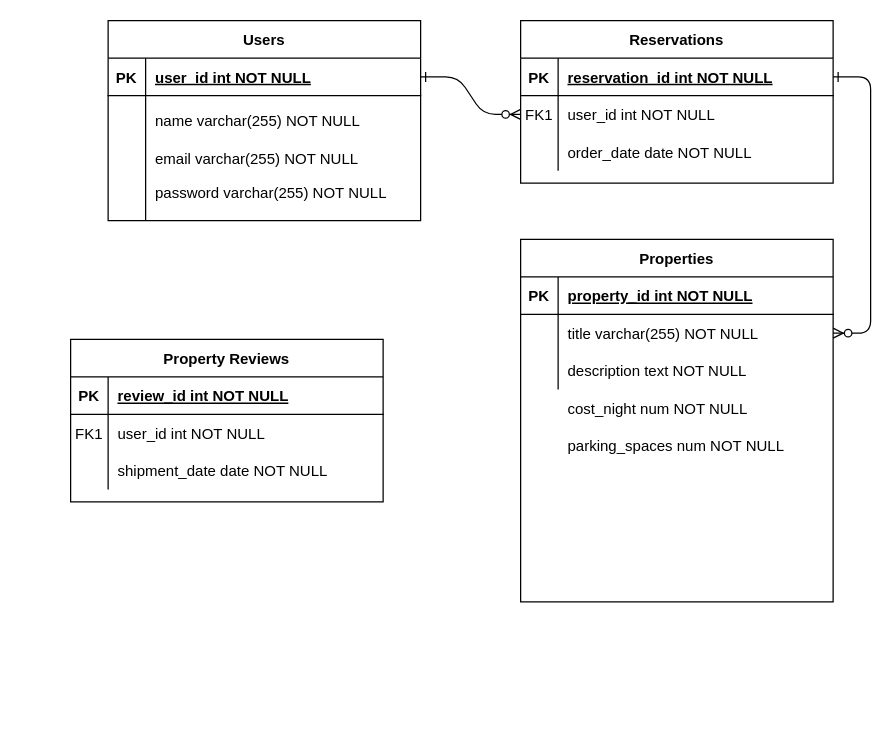
The draw.io diagram Untitled Diagram.drawio in laurenashley/lightBnB, before the edit. Source tidied: cells renumbered, new cells numbered last; positions are measured from the earlier drawing's top-left corner, leaving out a move shared by most shapes. Both pictures are drawn from the tidied source at 125%, with x=0, y=0 at pixel (70, 20).
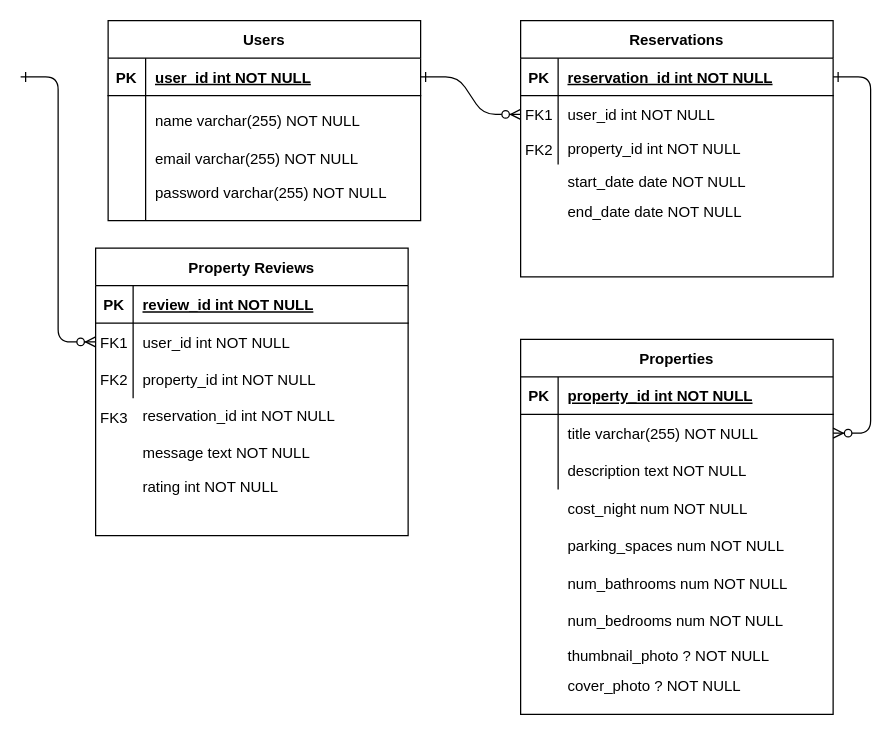
Above is the later version.

Unchanged cells that the change refers to:
```xml
<mxCell id="35" style="shape=partialRectangle;fillColor=none;points=[[0,0.5],[1,0.5]];portConstraint=eastwest;top=0;left=0;right=0;bottom=0;" parent="31" vertex="1">
  <mxGeometry y="60" width="250" height="30" as="geometry" />
</mxCell>
<mxCell id="38" style="shape=partialRectangle;fillColor=none;top=0;left=0;right=0;bottom=0;" parent="31" vertex="1">
  <mxGeometry y="90" width="250" height="30" as="geometry" />
</mxCell>
```

Change to the diagram source:
```diff
@@
     <mxCell id="4" value="Reservations" style="shape=table;startSize=30;childLayout=tableLayout;rowLines=0;fontStyle=1;align=center;" parent="1" vertex="1">
-      <mxGeometry x="360" width="250" height="130" as="geometry" />
+      <mxGeometry x="360" width="250" height="205" as="geometry" />
     </mxCell>
@@
     <mxCell id="11" style="shape=partialRectangle;fillColor=none;top=0;left=0;right=0;bottom=0;" parent="4" vertex="1">
-      <mxGeometry y="90" width="250" height="30" as="geometry" />
+      <mxGeometry y="90" width="250" height="25" as="geometry" />
     </mxCell>
     <mxCell id="12" style="shape=partialRectangle;overflow=hidden;fillColor=none;top=0;left=0;bottom=0;right=0;" parent="11" vertex="1">
-      <mxGeometry width="30" height="30" as="geometry" />
+      <mxGeometry width="30" height="25" as="geometry" />
     </mxCell>
-    <mxCell id="13" value="order_date date NOT NULL" style="shape=partialRectangle;overflow=hidden;fillColor=none;top=0;left=0;bottom=0;right=0;align=left;spacingLeft=6;" parent="11" vertex="1">
-      <mxGeometry x="30" width="220" height="30" as="geometry" />
+    <mxCell id="13" value="property_id int NOT NULL" style="shape=partialRectangle;overflow=hidden;fillColor=none;top=0;left=0;bottom=0;right=0;align=left;spacingLeft=6;" parent="11" vertex="1">
+      <mxGeometry x="30" width="220" height="25" as="geometry" />
     </mxCell>
     <mxCell id="14" value="Properties" style="shape=table;startSize=30;childLayout=tableLayout;rowLines=0;fontStyle=1;align=center;" parent="1" vertex="1">
-      <mxGeometry x="360" y="175" width="250" height="290" as="geometry" />
+      <mxGeometry x="360" y="255" width="250" height="300" as="geometry" />
     </mxCell>
@@
     <mxCell id="31" value="Property Reviews" style="shape=table;startSize=30;childLayout=tableLayout;rowLines=0;fontStyle=1;align=center;" parent="1" vertex="1">
-      <mxGeometry y="255" width="250" height="130" as="geometry" />
+      <mxGeometry x="20" y="182" width="250" height="230" as="geometry" />
     </mxCell>
@@
-    <mxCell id="40" value="shipment_date date NOT NULL" style="shape=partialRectangle;overflow=hidden;fillColor=none;top=0;left=0;bottom=0;right=0;align=left;spacingLeft=6;" parent="38" vertex="1">
+    <mxCell id="40" value="property_id int NOT NULL" style="shape=partialRectangle;overflow=hidden;fillColor=none;top=0;left=0;bottom=0;right=0;align=left;spacingLeft=6;" parent="38" vertex="1">
       <mxGeometry x="30" width="220" height="30" as="geometry" />
     </mxCell>
@@
     <mxCell id="44" value="cost_night num NOT NULL" style="shape=partialRectangle;overflow=hidden;fillColor=none;top=0;left=0;bottom=0;right=0;align=left;spacingLeft=6;" parent="1" vertex="1">
-      <mxGeometry x="390" y="295" width="220" height="30" as="geometry" />
+      <mxGeometry x="390" y="375" width="220" height="30" as="geometry" />
     </mxCell>
     <mxCell id="45" value="parking_spaces num NOT NULL" style="shape=partialRectangle;overflow=hidden;fillColor=none;top=0;left=0;bottom=0;right=0;align=left;spacingLeft=6;" parent="1" vertex="1">
-      <mxGeometry x="390" y="325" width="220" height="30" as="geometry" />
+      <mxGeometry x="390" y="405" width="220" height="30" as="geometry" />
     </mxCell>
+    <mxCell id="46" value="num_bathrooms num NOT NULL" style="shape=partialRectangle;overflow=hidden;fillColor=none;top=0;left=0;bottom=0;right=0;align=left;spacingLeft=6;" parent="1" vertex="1">
+      <mxGeometry x="390" y="435" width="220" height="30" as="geometry" />
+    </mxCell>
+    <mxCell id="47" value="num_bedrooms num NOT NULL" style="shape=partialRectangle;overflow=hidden;fillColor=none;top=0;left=0;bottom=0;right=0;align=left;spacingLeft=6;" parent="1" vertex="1">
+      <mxGeometry x="390" y="465" width="220" height="30" as="geometry" />
+    </mxCell>
+    <mxCell id="48" value="FK2" style="shape=partialRectangle;overflow=hidden;fillColor=none;top=0;left=0;bottom=0;right=0;" parent="1" vertex="1">
+      <mxGeometry x="20" y="272" width="30" height="30" as="geometry" />
+    </mxCell>
+    <mxCell id="49" value="thumbnail_photo ? NOT NULL" style="shape=partialRectangle;overflow=hidden;fillColor=none;top=0;left=0;bottom=0;right=0;align=left;spacingLeft=6;" parent="1" vertex="1">
+      <mxGeometry x="390" y="493" width="220" height="30" as="geometry" />
+    </mxCell>
+    <mxCell id="50" value="cover_photo ? NOT NULL" style="shape=partialRectangle;overflow=hidden;fillColor=none;top=0;left=0;bottom=0;right=0;align=left;spacingLeft=6;" parent="1" vertex="1">
+      <mxGeometry x="390" y="517" width="220" height="30" as="geometry" />
+    </mxCell>
+    <mxCell id="51" value="end_date date NOT NULL" style="shape=partialRectangle;overflow=hidden;fillColor=none;top=0;left=0;bottom=0;right=0;align=left;spacingLeft=6;" parent="1" vertex="1">
+      <mxGeometry x="390" y="140" width="220" height="25" as="geometry" />
+    </mxCell>
+    <mxCell id="52" value="FK2" style="shape=partialRectangle;overflow=hidden;fillColor=none;top=0;left=0;bottom=0;right=0;" parent="1" vertex="1">
+      <mxGeometry x="360" y="88" width="30" height="30" as="geometry" />
+    </mxCell>
+    <mxCell id="53" value="start_date date NOT NULL" style="shape=partialRectangle;overflow=hidden;fillColor=none;top=0;left=0;bottom=0;right=0;align=left;spacingLeft=6;" parent="1" vertex="1">
+      <mxGeometry x="390" y="116" width="220" height="25" as="geometry" />
+    </mxCell>
+    <mxCell id="54" value="message text NOT NULL" style="shape=partialRectangle;overflow=hidden;fillColor=none;top=0;left=0;bottom=0;right=0;align=left;spacingLeft=6;" parent="1" vertex="1">
+      <mxGeometry x="50" y="333" width="220" height="25" as="geometry" />
+    </mxCell>
+    <mxCell id="55" value="rating int NOT NULL" style="shape=partialRectangle;overflow=hidden;fillColor=none;top=0;left=0;bottom=0;right=0;align=left;spacingLeft=6;" parent="1" vertex="1">
+      <mxGeometry x="50" y="360" width="220" height="25" as="geometry" />
+    </mxCell>
+    <mxCell id="56" value="reservation_id int NOT NULL" style="shape=partialRectangle;overflow=hidden;fillColor=none;top=0;left=0;bottom=0;right=0;align=left;spacingLeft=6;" parent="1" vertex="1">
+      <mxGeometry x="50" y="305" width="220" height="22" as="geometry" />
+    </mxCell>
+    <mxCell id="57" value="FK3" style="shape=partialRectangle;overflow=hidden;fillColor=none;top=0;left=0;bottom=0;right=0;" parent="1" vertex="1">
+      <mxGeometry x="20" y="302" width="30" height="30" as="geometry" />
+    </mxCell>
+    <mxCell id="58" style="edgeStyle=entityRelationEdgeStyle;endArrow=ERzeroToMany;startArrow=ERone;endFill=1;startFill=0;entryX=0;entryY=0.5;entryDx=0;entryDy=0;" parent="1" edge="1" target="35">
+      <mxGeometry relative="1" as="geometry">
+        <mxPoint x="-40" y="45" as="sourcePoint" />
+      </mxGeometry>
+    </mxCell>
```
